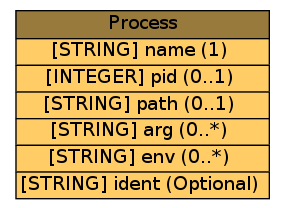
Earlier version of the Graphviz export idmef/graph/Process.png (Moutix/idmef_parser). Its source is kept beside it as idmef/graph/Process.dot.
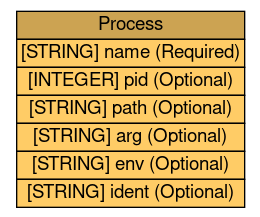
Later version of the same file.

Change to the diagram source:
```diff
@@ -1,6 +1,11 @@
 digraph Process {
-	graph [rankdir=LR];
+	graph [bb="0,0,187,155",
+		rankdir=LR
+	];
 	node [label="\N"];
-	graph [bb="0,0,206,148"];
-	Process [label=<<table BORDER="0" CELLBORDER="1" CELLSPACING="0"> <tr > <td BGCOLOR="#997a3d" HREF="#" TITLE="The Process class is used to describe processes being executed on sources, targets, and analyzers. ">Process</td> </tr>" %<tr><td BGCOLOR="#FFCC66" HREF="#" TITLE="The name of the program being executed. This is a short name; path and argument information are provided elsewhere.">[STRING] name (1) </td></tr>%<tr><td BGCOLOR="#FFCC66" HREF="#" TITLE="The process identifier of the process.">[INTEGER] pid (0..1) </td></tr>%<tr><td BGCOLOR="#FFCC66" HREF="#" TITLE="The full path of the program being executed.">[STRING] path (0..1) </td></tr>%<tr><td BGCOLOR="#FFCC66" HREF="#" TITLE="A command-line argument to the program. Multiple arguments may be specified (they are assumed to have occurred in the same order they are provided) with multiple uses of arg.">[STRING] arg (0..*) </td></tr>%<tr><td BGCOLOR="#FFCC66" HREF="#" TITLE="An environment string associated with the process; generally of the format &quot;VARIABLE=value&quot;.  Multiple environment strings may be specified with multiple uses of env.">[STRING] env (0..*) </td></tr>%<tr><td BGCOLOR="#FFCC66" HREF="#" TITLE="A unique identifier for the process; see Section 3.2.9.">[STRING] ident (Optional) </td></tr>%</table>>, shape=plaintext, pos="103,74", width="2.8611", height="2.0694"];
+	Process	 [height=2.1528,
+		label=<<table BORDER="0" CELLBORDER="1" CELLSPACING="0"> <tr> <td BGCOLOR="#cca352" HREF="#" TITLE="The Process class is used to describe processes being executed on sources, targets, and analyzers. "><FONT FACE="Nimbus Sans L">Process</FONT></td> </tr>" %<tr><td BGCOLOR="#FFCC66"  HREF="#" TITLE="The name of the program being executed. This is a short name; path and argument information are provided elsewhere."><FONT FACE="Nimbus Sans L">[STRING] name (Required)</FONT></td></tr>%<tr><td BGCOLOR="#FFCC66"  HREF="#" TITLE="The process identifier of the process."><FONT FACE="Nimbus Sans L">[INTEGER] pid (Optional)</FONT></td></tr>%<tr><td BGCOLOR="#FFCC66"  HREF="#" TITLE="The full path of the program being executed."><FONT FACE="Nimbus Sans L">[STRING] path (Optional)</FONT></td></tr>%<tr><td BGCOLOR="#FFCC66"  HREF="#" TITLE="A command-line argument to the program. Multiple arguments may be specified (they are assumed to have occurred in the same order they are provided) with multiple uses of arg."><FONT FACE="Nimbus Sans L">[STRING] arg (Optional)</FONT></td></tr>%<tr><td BGCOLOR="#FFCC66"  HREF="#" TITLE="An environment string associated with the process; generally of the format &quot;VARIABLE=value&quot;.  Multiple environment strings may be specified with multiple uses of env."><FONT FACE="Nimbus Sans L">[STRING] env (Optional)</FONT></td></tr>%<tr><td BGCOLOR="#FFCC66"  HREF="#" TITLE="A unique identifier for the process; see Section 3.2.9."><FONT FACE="Nimbus Sans L">[STRING] ident (Optional)</FONT></td></tr>%</table>>,
+		pos="93.5,77.5",
+		shape=plaintext,
+		width=2.5972];
 }
```
